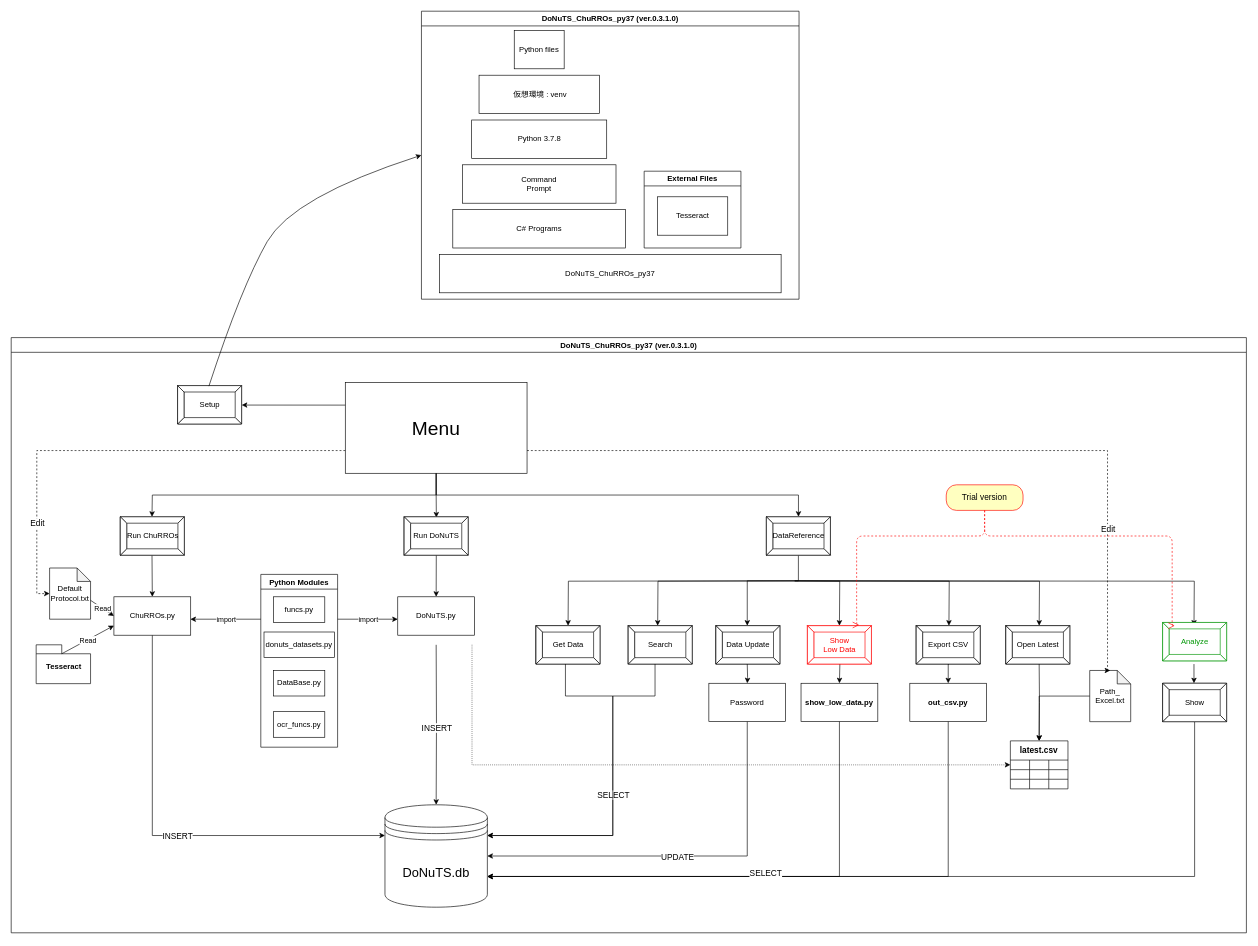
Above: DoNuTS_with_ChuRROs.drawio in MASAKI-Matsumoto-U/drawIO (draw.io), before the change. Source tidied: cells renumbered, new cells numbered last; positions are measured from the earlier drawing's top-left corner, leaving out a move shared by most shapes. Both pictures are drawn from the tidied source at 64%, with x=0, y=0 at pixel (11, 11).
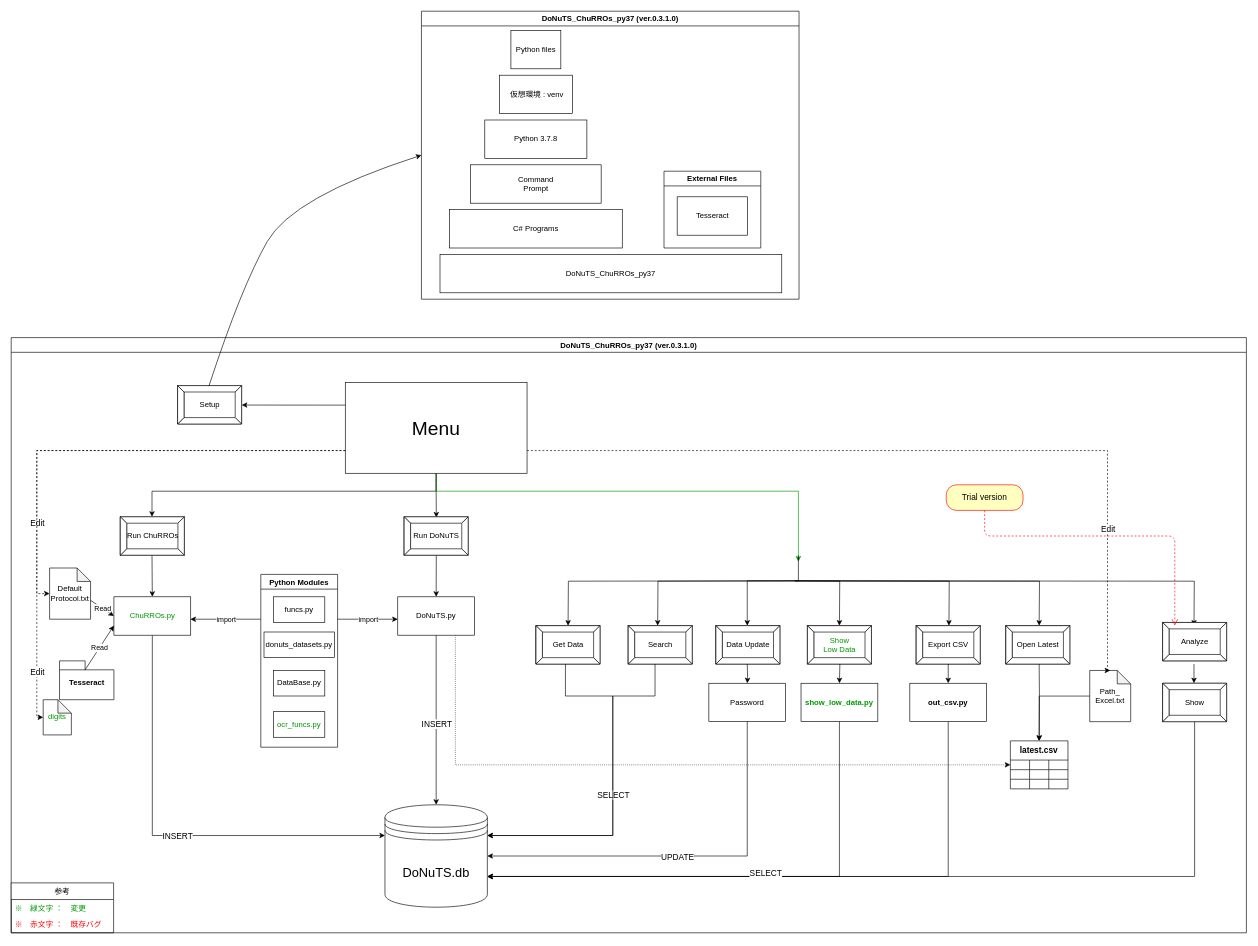
After the change.

The change refers to these unchanged cells:
```xml
<mxCell id="3" value="&lt;font style=&quot;font-size: 30px&quot;&gt;Menu&lt;/font&gt;" style="rounded=0;whiteSpace=wrap;html=1;" parent="1" vertex="1">
  <mxGeometry x="522" y="580" width="284" height="142" as="geometry" />
</mxCell>
<mxCell id="5" value="Python Modules" style="swimlane;" parent="1" vertex="1">
  <mxGeometry x="390" y="880" width="120" height="270" as="geometry" />
</mxCell>
<mxCell id="17" value="&lt;font style=&quot;font-size: 20px&quot;&gt;DoNuTS.db&lt;/font&gt;" style="shape=datastore;whiteSpace=wrap;html=1;" parent="1" vertex="1">
  <mxGeometry x="584" y="1240" width="160" height="160" as="geometry" />
</mxCell>
<mxCell id="29" style="shape=partialRectangle;html=1;whiteSpace=wrap;fillColor=none;top=0;left=0;bottom=0;right=0;points=[[0,0.5],[1,0.5]];portConstraint=eastwest;" parent="28" vertex="1">
  <mxGeometry y="30" width="90" height="15" as="geometry" />
</mxCell>
<mxCell id="62" value="DoNuTS_ChuRROs_py37 (ver.0.3.1.0)" style="swimlane;" parent="1" vertex="1">
  <mxGeometry y="510" width="1930" height="930" as="geometry" />
</mxCell>
<mxCell id="70" value="DoNuTS.py" style="rounded=0;whiteSpace=wrap;html=1;" parent="62" vertex="1">
  <mxGeometry x="604" y="405" width="120" height="60" as="geometry" />
</mxCell>
<mxCell id="84" value="Trial version" style="rounded=1;whiteSpace=wrap;html=1;arcSize=40;fontColor=#000000;fillColor=#ffffc0;strokeColor=#ff0000;fontSize=13;" parent="62" vertex="1">
  <mxGeometry x="1461" y="230" width="120" height="40" as="geometry" />
</mxCell>
<mxCell id="92" value="DoNuTS_ChuRROs_py37 (ver.0.3.1.0)" style="swimlane;" parent="1" vertex="1">
  <mxGeometry x="641" width="590" height="450" as="geometry" />
</mxCell>
```

Diff of the diagram source:
```diff
@@
     <mxCell id="4" style="edgeStyle=orthogonalEdgeStyle;rounded=0;jettySize=auto;html=1;exitX=0.5;exitY=1;exitDx=0;exitDy=0;entryX=0.5;entryY=0;entryDx=0;entryDy=0;" parent="1" edge="1" source="3">
       <mxGeometry relative="1" as="geometry">
         <mxPoint x="220" y="790" as="targetPoint" />
+        <Array as="points">
+          <mxPoint x="664" y="750" />
+          <mxPoint x="220" y="750" />
+        </Array>
       </mxGeometry>
     </mxCell>
@@
-    <mxCell id="9" value="ocr_funcs.py" style="rounded=0;whiteSpace=wrap;html=1;" parent="5" vertex="1">
+    <mxCell id="9" value="&lt;font color=&quot;#009605&quot;&gt;ocr_funcs.py&lt;/font&gt;" style="rounded=0;whiteSpace=wrap;html=1;" parent="5" vertex="1">
       <mxGeometry x="20" y="214.5" width="80" height="40" as="geometry" />
     </mxCell>
@@
-    <mxCell id="20" style="edgeStyle=orthogonalEdgeStyle;rounded=0;jettySize=auto;html=1;exitX=0.5;exitY=1;exitDx=0;exitDy=0;entryX=0.5;entryY=0;entryDx=0;entryDy=0;" parent="1" edge="1" target="17">
-      <mxGeometry relative="1" as="geometry">
-        <mxPoint x="664" y="990" as="sourcePoint" />
-      </mxGeometry>
+    <mxCell id="20" style="edgeStyle=orthogonalEdgeStyle;rounded=0;jettySize=auto;html=1;exitX=0.5;exitY=1;exitDx=0;exitDy=0;entryX=0.5;entryY=0;entryDx=0;entryDy=0;" parent="1" edge="1" source="70" target="17">
+      <mxGeometry relative="1" as="geometry" />
     </mxCell>
@@
-    <mxCell id="41" style="edgeStyle=orthogonalEdgeStyle;rounded=0;jettySize=auto;html=1;dashed=1;dashPattern=1 2;entryX=0;entryY=0.5;entryDx=0;entryDy=0;" parent="1" edge="1" target="29">
+    <mxCell id="41" style="edgeStyle=orthogonalEdgeStyle;rounded=0;jettySize=auto;html=1;dashed=1;dashPattern=1 2;entryX=0;entryY=0.5;entryDx=0;entryDy=0;exitX=0.75;exitY=1;exitDx=0;exitDy=0;" parent="1" edge="1" source="70" target="29">
       <mxGeometry relative="1" as="geometry">
-        <mxPoint x="720" y="990" as="sourcePoint" />
         <Array as="points">
-          <mxPoint x="720" y="1178" />
+          <mxPoint x="694" y="1178" />
         </Array>
       </mxGeometry>
     </mxCell>
@@
-    <mxCell id="48" style="edgeStyle=orthogonalEdgeStyle;rounded=0;jettySize=auto;html=1;exitX=0.5;exitY=1;exitDx=0;exitDy=0;entryX=0.501;entryY=-0.001;entryDx=0;entryDy=0;entryPerimeter=0;" parent="1" edge="1" source="3" target="76">
-      <mxGeometry relative="1" as="geometry" />
+    <mxCell id="48" style="edgeStyle=orthogonalEdgeStyle;rounded=0;jettySize=auto;html=1;exitX=0.5;exitY=1;exitDx=0;exitDy=0;strokeColor=#009605;" parent="1" edge="1" source="3">
+      <mxGeometry relative="1" as="geometry">
+        <mxPoint x="1230" y="860" as="targetPoint" />
+        <Array as="points">
+          <mxPoint x="664" y="750" />
+          <mxPoint x="1230" y="750" />
+        </Array>
+      </mxGeometry>
     </mxCell>
@@
-    <mxCell id="51" style="edgeStyle=orthogonalEdgeStyle;rounded=0;jettySize=auto;html=1;exitX=0.5;exitY=1;exitDx=0;exitDy=0;entryX=0.5;entryY=0;entryDx=0;entryDy=0;exitPerimeter=0;" parent="1" edge="1" source="76">
+    <mxCell id="51" style="edgeStyle=orthogonalEdgeStyle;rounded=0;orthogonalLoop=1;jettySize=auto;html=1;exitX=0.5;exitY=1;exitDx=0;exitDy=0;entryX=0.5;entryY=0;entryDx=0;entryDy=0;exitPerimeter=0;" parent="1" edge="1">
       <mxGeometry relative="1" as="geometry">
+        <mxPoint x="1230" y="850" as="sourcePoint" />
         <mxPoint x="1150.1" y="960.1" as="targetPoint" />
         <Array as="points">
           <mxPoint x="1230" y="890" />
           <mxPoint x="1150" y="890" />
         </Array>
       </mxGeometry>
     </mxCell>
@@
-    <mxCell id="63" value="ChuRROs.py" style="rounded=0;whiteSpace=wrap;html=1;" parent="62" vertex="1">
+    <mxCell id="63" value="&lt;font color=&quot;#009605&quot;&gt;ChuRROs.py&lt;/font&gt;" style="rounded=0;whiteSpace=wrap;html=1;" parent="62" vertex="1">
       <mxGeometry x="160.5" y="405" width="120" height="60" as="geometry" />
     </mxCell>
     <mxCell id="64" value="Tesseract" style="shape=folder;fontStyle=1;spacingTop=10;tabWidth=40;tabHeight=14;tabPosition=left;html=1;" parent="62" vertex="1">
-      <mxGeometry x="39" y="480" width="85" height="60.7" as="geometry" />
+      <mxGeometry x="75.5" y="505.1" width="85" height="60.7" as="geometry" />
     </mxCell>
@@
-    <mxCell id="71" value="&lt;span style=&quot;font-weight: 700&quot;&gt;show_low_data.py&lt;/span&gt;" style="rounded=0;whiteSpace=wrap;html=1;" parent="62" vertex="1">
+    <mxCell id="71" value="&lt;span style=&quot;font-weight: 700&quot;&gt;&lt;font color=&quot;#009605&quot;&gt;show_low_data.py&lt;/font&gt;&lt;/span&gt;" style="rounded=0;whiteSpace=wrap;html=1;" parent="62" vertex="1">
       <mxGeometry x="1234.1" y="540.1" width="120" height="60" as="geometry" />
     </mxCell>
@@
-    <mxCell id="76" value="&lt;span&gt;DataReference&lt;/span&gt;" style="labelPosition=center;verticalLabelPosition=middle;align=center;html=1;shape=mxgraph.basic.button;dx=10;" parent="62" vertex="1">
-      <mxGeometry x="1180" y="280" width="100" height="60" as="geometry" />
-    </mxCell>
@@
-    <mxCell id="80" value="&lt;span style=&quot;color: rgb(255 , 0 , 0)&quot;&gt;Show&lt;br&gt;Low Data&lt;/span&gt;" style="labelPosition=center;verticalLabelPosition=middle;align=center;html=1;shape=mxgraph.basic.button;dx=10;strokeColor=#FF0000;" parent="62" vertex="1">
+    <mxCell id="80" value="&lt;font color=&quot;#009605&quot;&gt;Show&lt;br&gt;Low Data&lt;/font&gt;" style="labelPosition=center;verticalLabelPosition=middle;align=center;html=1;shape=mxgraph.basic.button;dx=10;" parent="62" vertex="1">
       <mxGeometry x="1244.1" y="450.1" width="100" height="60" as="geometry" />
     </mxCell>
@@
-    <mxCell id="83" value="&lt;font color=&quot;#009605&quot;&gt;Analyze&lt;/font&gt;" style="labelPosition=center;verticalLabelPosition=middle;align=center;html=1;shape=mxgraph.basic.button;dx=10;strokeColor=#009605;" parent="62" vertex="1">
+    <mxCell id="83" value="Analyze" style="labelPosition=center;verticalLabelPosition=middle;align=center;html=1;shape=mxgraph.basic.button;dx=10;" parent="62" vertex="1">
       <mxGeometry x="1799.1" y="445.1" width="100" height="60" as="geometry" />
     </mxCell>
@@
     <mxCell id="85" style="edgeStyle=orthogonalEdgeStyle;html=1;verticalAlign=bottom;endArrow=open;endSize=8;strokeColor=#ff0000;dashed=1;fontSize=13;exitX=0.5;exitY=1;exitDx=0;exitDy=0;entryX=0.19;entryY=0.083;entryDx=0;entryDy=0;entryPerimeter=0;" parent="62" edge="1" source="84" target="83">
       <mxGeometry relative="1" as="geometry">
         <Array as="points">
           <mxPoint x="1521" y="310" />
-          <mxPoint x="1814" y="310" />
+          <mxPoint x="1818" y="310" />
         </Array>
       </mxGeometry>
     </mxCell>
-    <mxCell id="86" style="edgeStyle=orthogonalEdgeStyle;html=1;verticalAlign=bottom;endArrow=open;endSize=8;strokeColor=#ff0000;dashed=1;fontSize=13;entryX=0.808;entryY=-0.019;entryDx=0;entryDy=0;entryPerimeter=0;" parent="62" edge="1" source="84" target="80">
-      <mxGeometry relative="1" as="geometry">
-        <Array as="points">
-          <mxPoint x="1521" y="310" />
-          <mxPoint x="1321" y="310" />
-        </Array>
-      </mxGeometry>
-    </mxCell>
@@
+    <mxCell id="105" value="&lt;font color=&quot;#009605&quot;&gt;digits&lt;/font&gt;" style="shape=note;whiteSpace=wrap;html=1;backgroundOutline=1;darkOpacity=0.05;size=21;" parent="62" vertex="1">
+      <mxGeometry x="50" y="565.8" width="44" height="55" as="geometry" />
+    </mxCell>
+    <mxCell id="106" value="参考" style="swimlane;fontStyle=0;horizontal=1;startSize=26;strokeColor=#000000;" parent="62" vertex="1">
+      <mxGeometry y="852" width="160" height="78" as="geometry" />
+    </mxCell>
+    <mxCell id="107" value="※　緑文字 ：　変更" style="text;strokeColor=none;fillColor=none;align=left;verticalAlign=top;spacingLeft=4;spacingRight=4;overflow=hidden;fontColor=#009605;" parent="106" vertex="1">
+      <mxGeometry y="26" width="160" height="26" as="geometry" />
+    </mxCell>
+    <mxCell id="108" value="※　赤文字 ：　既存バグ" style="text;strokeColor=none;fillColor=none;align=left;verticalAlign=top;spacingLeft=4;spacingRight=4;overflow=hidden;fontColor=#FF0000;" parent="106" vertex="1">
+      <mxGeometry y="52" width="160" height="26" as="geometry" />
+    </mxCell>
@@
-    <mxCell id="93" style="group;" parent="92" vertex="1">
-      <mxGeometry x="28" y="30" width="534" height="410" as="geometry" />
-    </mxCell>
+    <mxCell id="109" style="group;" parent="92" vertex="1">
+      <mxGeometry x="29" y="30" width="534" height="410" as="geometry" />
+    </mxCell>
-    <mxCell id="94" value="Python files" style="rounded=0;whiteSpace=wrap;html=1;" parent="93" vertex="1">
-      <mxGeometry x="117" width="78" height="60" as="geometry" />
+    <mxCell id="94" value="Python files" style="rounded=0;whiteSpace=wrap;html=1;" parent="109" vertex="1">
+      <mxGeometry x="110.8" width="78" height="60" as="geometry" />
     </mxCell>
-    <mxCell id="95" value="&amp;nbsp;仮想環境 : venv" style="rounded=0;whiteSpace=wrap;html=1;" parent="93" vertex="1">
-      <mxGeometry x="62" y="70" width="188" height="60" as="geometry" />
+    <mxCell id="95" value="&amp;nbsp;仮想環境 : venv" style="rounded=0;whiteSpace=wrap;html=1;" parent="109" vertex="1">
+      <mxGeometry x="92.8" y="70" width="114" height="60" as="geometry" />
     </mxCell>
-    <mxCell id="96" value="Python 3.7.8" style="rounded=0;whiteSpace=wrap;html=1;" parent="93" vertex="1">
-      <mxGeometry x="50.5" y="140" width="211" height="60" as="geometry" />
+    <mxCell id="96" value="Python 3.7.8" style="rounded=0;whiteSpace=wrap;html=1;" parent="109" vertex="1">
+      <mxGeometry x="70" y="140" width="159.5" height="60" as="geometry" />
     </mxCell>
-    <mxCell id="97" value="Command&lt;br&gt;Prompt" style="rounded=0;whiteSpace=wrap;html=1;" parent="93" vertex="1">
-      <mxGeometry x="36" y="210" width="240" height="60" as="geometry" />
-    </mxCell>
-    <mxCell id="98" value="C# Programs" style="rounded=0;whiteSpace=wrap;html=1;" parent="93" vertex="1">
-      <mxGeometry x="21" y="280" width="270" height="60" as="geometry" />
+    <mxCell id="98" value="C# Programs" style="rounded=0;whiteSpace=wrap;html=1;" parent="109" vertex="1">
+      <mxGeometry x="14.8" y="280" width="270" height="60" as="geometry" />
     </mxCell>
-    <mxCell id="99" style="group;" parent="93" vertex="1">
-      <mxGeometry y="220" width="534" height="190" as="geometry" />
-    </mxCell>
-    <mxCell id="100" value="DoNuTS_ChuRROs_py37" style="rounded=0;whiteSpace=wrap;html=1;" parent="99" vertex="1">
-      <mxGeometry y="130" width="534" height="60" as="geometry" />
+    <mxCell id="100" value="DoNuTS_ChuRROs_py37" style="rounded=0;whiteSpace=wrap;html=1;" parent="109" vertex="1">
+      <mxGeometry y="350" width="534" height="60" as="geometry" />
     </mxCell>
-    <mxCell id="101" value="External Files" style="swimlane;" parent="99" vertex="1">
-      <mxGeometry x="320" width="151.2" height="120" as="geometry" />
+    <mxCell id="101" value="External Files" style="swimlane;" parent="109" vertex="1">
+      <mxGeometry x="350" y="220" width="151.2" height="120" as="geometry" />
     </mxCell>
@@
+    <mxCell id="97" value="Command&lt;br&gt;Prompt" style="rounded=0;whiteSpace=wrap;html=1;" parent="109" vertex="1">
+      <mxGeometry x="47.8" y="210" width="204" height="60" as="geometry" />
+    </mxCell>
@@
+    <mxCell id="110" style="edgeStyle=orthogonalEdgeStyle;rounded=0;jettySize=auto;html=1;exitX=0;exitY=0.75;exitDx=0;exitDy=0;entryX=0;entryY=0.5;entryDx=0;entryDy=0;entryPerimeter=0;dashed=1;" parent="1" edge="1" source="3" target="105">
+      <mxGeometry relative="1" as="geometry">
+        <Array as="points">
+          <mxPoint x="40" y="687" />
+          <mxPoint x="40" y="1103" />
+          <mxPoint x="50" y="1103" />
+        </Array>
+      </mxGeometry>
+    </mxCell>
+    <mxCell id="111" value="Edit" style="edgeLabel;html=1;align=center;verticalAlign=middle;fontSize=13;" parent="110" vertex="1">
+      <mxGeometry x="0.64" relative="1" as="geometry">
+        <mxPoint y="83" as="offset" />
+      </mxGeometry>
+    </mxCell>
```
